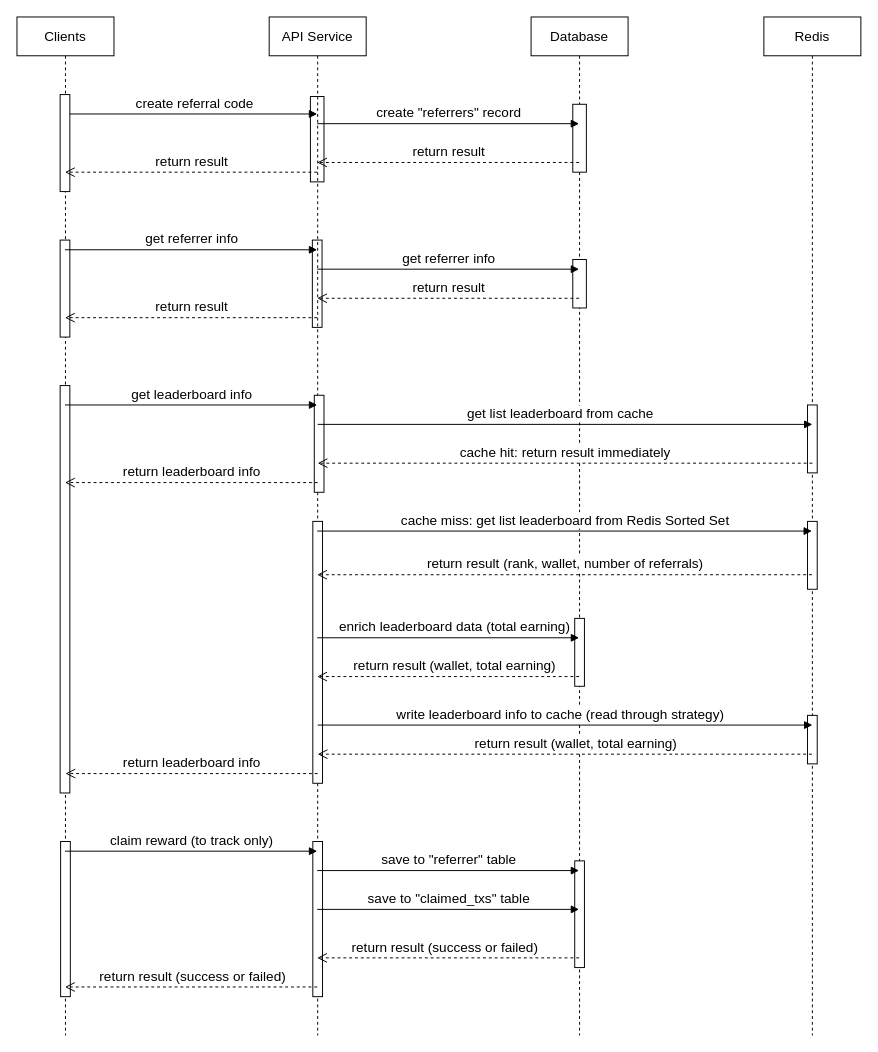
piavgh/draw.io-data keeps this draw.io diagram as API service sequence diagram.drawio. Above is the earlier version. Source tidied: cells renumbered, new cells numbered last; positions are measured from the earlier drawing's top-left corner, leaving out a move shared by most shapes. Both pictures are drawn from the tidied source at 97%, with x=0, y=0 at pixel (16, 16).
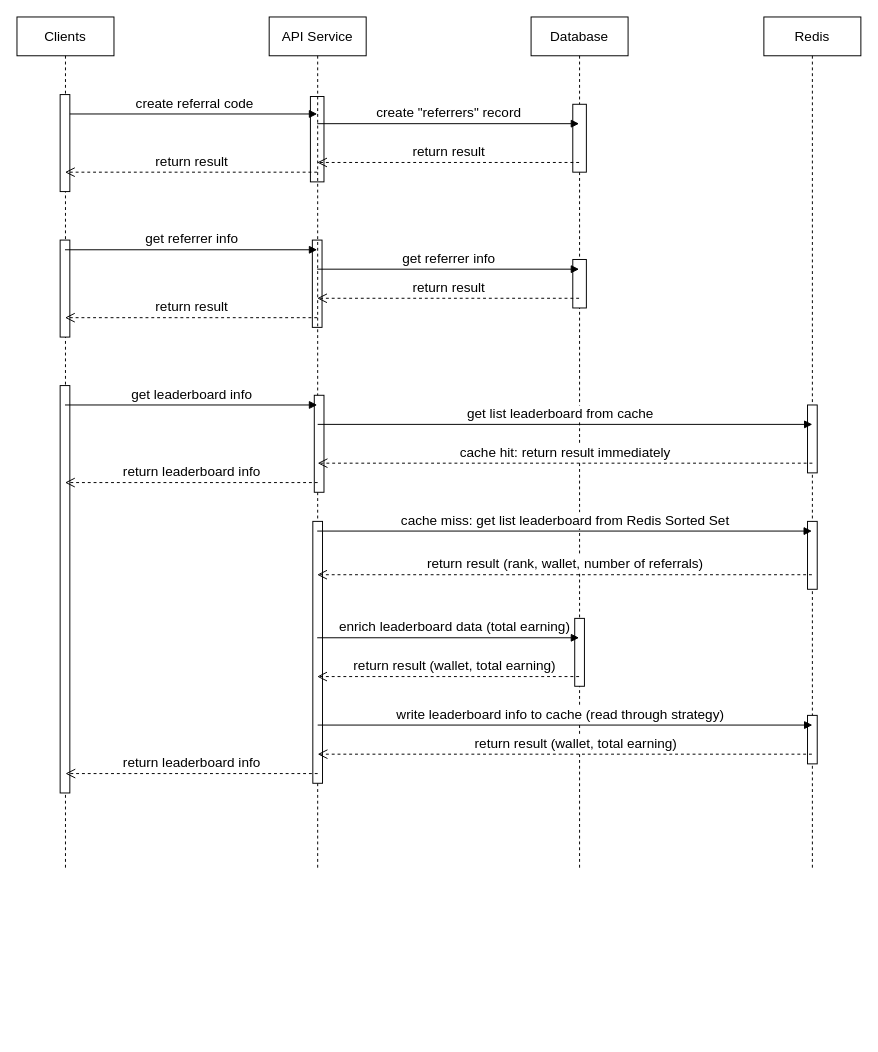
After the change.

Change to the diagram source:
```diff
@@
     <mxCell id="4" value="Clients" style="shape=umlLifeline;perimeter=lifelinePerimeter;whiteSpace=wrap;html=1;outlineConnect=0;fontSize=14;" parent="1" vertex="1">
-      <mxGeometry width="100" height="1050" as="geometry" />
+      <mxGeometry width="100" height="880" as="geometry" />
     </mxCell>
@@
-    <mxCell id="8" style="html=1;perimeter=orthogonalPerimeter;" parent="4" vertex="1">
-      <mxGeometry x="45" y="850" width="10" height="160" as="geometry" />
-    </mxCell>
     <mxCell id="9" value="API Service" style="shape=umlLifeline;perimeter=lifelinePerimeter;whiteSpace=wrap;html=1;fontSize=14;" parent="1" vertex="1">
-      <mxGeometry x="260" width="100" height="1050" as="geometry" />
+      <mxGeometry x="260" width="100" height="880" as="geometry" />
     </mxCell>
@@
-    <mxCell id="12" style="html=1;perimeter=orthogonalPerimeter;" parent="9" vertex="1">
-      <mxGeometry x="45" y="850" width="10" height="160" as="geometry" />
-    </mxCell>
     <mxCell id="13" value="Database" style="shape=umlLifeline;perimeter=lifelinePerimeter;whiteSpace=wrap;html=1;fontSize=14;" parent="1" vertex="1">
-      <mxGeometry x="530" width="100" height="1050" as="geometry" />
+      <mxGeometry x="530" width="100" height="880" as="geometry" />
     </mxCell>
@@
-    <mxCell id="17" style="html=1;perimeter=orthogonalPerimeter;" parent="13" vertex="1">
-      <mxGeometry x="45" y="870" width="10" height="110" as="geometry" />
-    </mxCell>
     <mxCell id="18" value="Redis" style="shape=umlLifeline;perimeter=lifelinePerimeter;whiteSpace=wrap;html=1;outlineConnect=0;fontSize=14;" parent="1" vertex="1">
-      <mxGeometry x="770" width="100" height="1050" as="geometry" />
+      <mxGeometry x="770" width="100" height="880" as="geometry" />
     </mxCell>
@@
-    <mxCell id="36" value="claim reward (to track only)" style="html=1;verticalAlign=bottom;endArrow=block;rounded=0;fontSize=14;" parent="1" edge="1">
-      <mxGeometry relative="1" as="geometry">
-        <mxPoint x="49.5" y="860" as="sourcePoint" />
-        <mxPoint x="309.5" y="860" as="targetPoint" />
-      </mxGeometry>
-    </mxCell>
-    <mxCell id="37" value="save to &quot;referrer&quot; table" style="html=1;verticalAlign=bottom;endArrow=block;rounded=0;fontSize=14;" parent="1" edge="1">
-      <mxGeometry relative="1" as="geometry">
-        <mxPoint x="309.5" y="880" as="sourcePoint" />
-        <mxPoint x="579.5" y="880" as="targetPoint" />
-      </mxGeometry>
-    </mxCell>
-    <mxCell id="38" value="save to &quot;claimed_txs&quot; table" style="html=1;verticalAlign=bottom;endArrow=block;rounded=0;fontSize=14;" parent="1" edge="1">
-      <mxGeometry relative="1" as="geometry">
-        <mxPoint x="309.5" y="920" as="sourcePoint" />
-        <mxPoint x="579.5" y="920" as="targetPoint" />
-      </mxGeometry>
-    </mxCell>
-    <mxCell id="39" value="return result (success or failed)" style="html=1;verticalAlign=bottom;endArrow=open;dashed=1;endSize=8;rounded=0;fontSize=14;" parent="1" edge="1">
-      <mxGeometry x="0.03" relative="1" as="geometry">
-        <mxPoint x="579.5" y="970" as="sourcePoint" />
-        <mxPoint x="309.5" y="970" as="targetPoint" />
-      </mxGeometry>
-    </mxCell>
-    <mxCell id="40" value="return result (success or failed)" style="html=1;verticalAlign=bottom;endArrow=open;dashed=1;endSize=8;rounded=0;fontSize=14;" parent="1" edge="1">
-      <mxGeometry relative="1" as="geometry">
-        <mxPoint x="309.5" y="1000" as="sourcePoint" />
-        <mxPoint x="49.5" y="1000" as="targetPoint" />
-        <mxPoint x="1" as="offset" />
-      </mxGeometry>
-    </mxCell>
```
